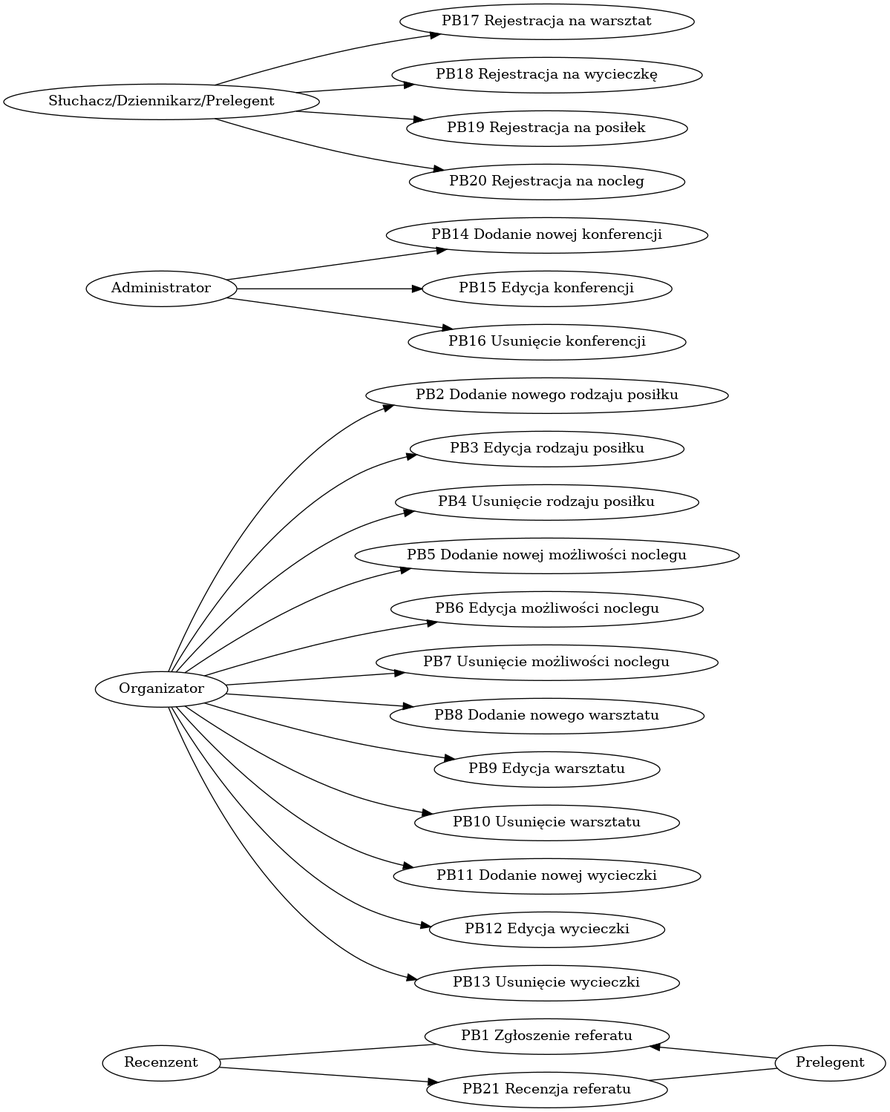
Earlier version of the Graphviz export pb.png (zyla/iop_konferencja). Its source is kept beside it as pb.dot.
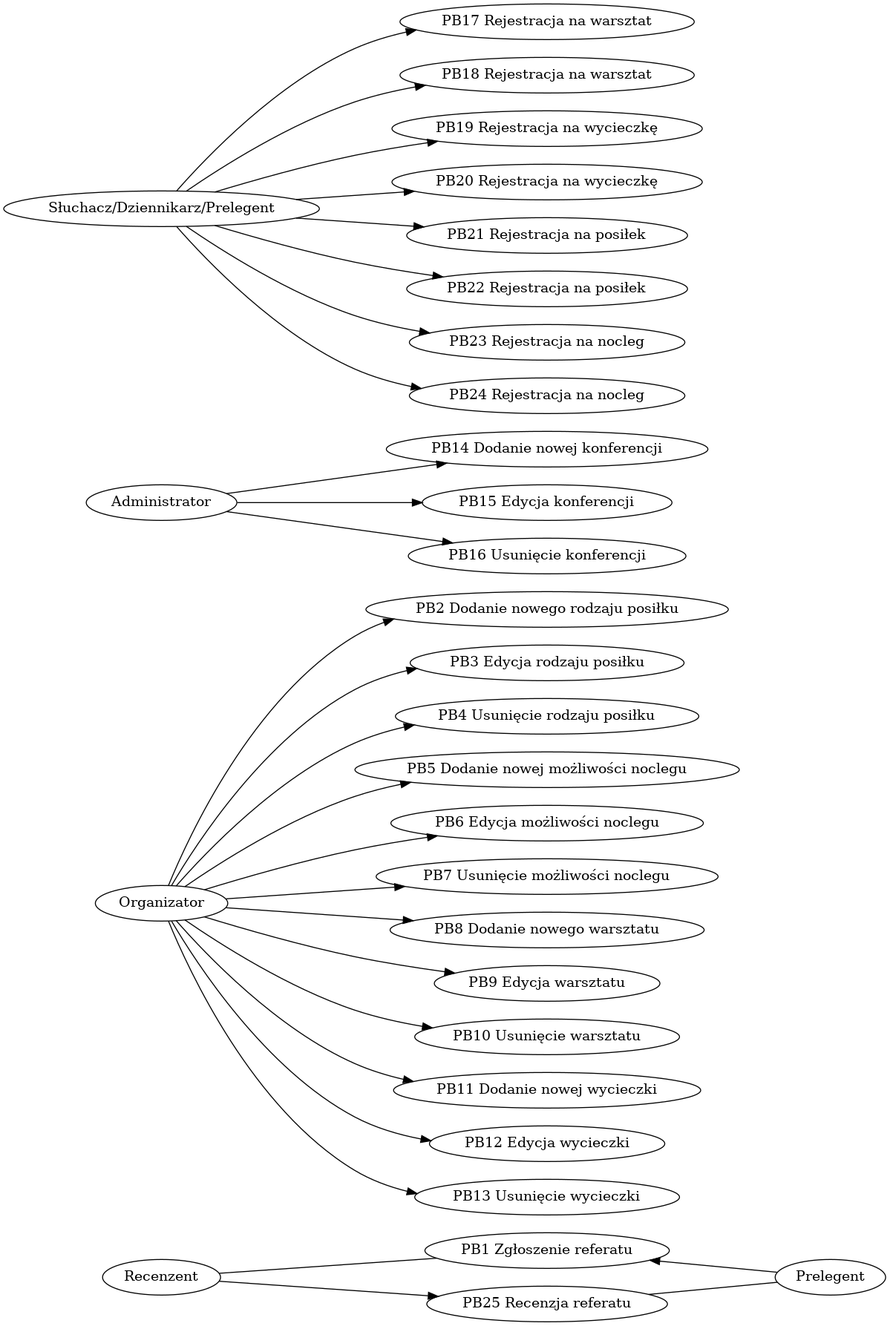
Above is the later version.

What changed in the source:
```diff
@@ -16,9 +16,13 @@
 "Administrator" -> "PB15 Edycja konferencji"
 "Administrator" -> "PB16 Usunięcie konferencji"
 "Słuchacz/Dziennikarz/Prelegent" -> "PB17 Rejestracja na warsztat"
-"Słuchacz/Dziennikarz/Prelegent" -> "PB18 Rejestracja na wycieczkę"
-"Słuchacz/Dziennikarz/Prelegent" -> "PB19 Rejestracja na posiłek"
-"Słuchacz/Dziennikarz/Prelegent" -> "PB20 Rejestracja na nocleg"
-"Recenzent" -> "PB21 Recenzja referatu"
-"PB21 Recenzja referatu" -> "Prelegent" [dir=none]
+"Słuchacz/Dziennikarz/Prelegent" -> "PB18 Rejestracja na warsztat"
+"Słuchacz/Dziennikarz/Prelegent" -> "PB19 Rejestracja na wycieczkę"
+"Słuchacz/Dziennikarz/Prelegent" -> "PB20 Rejestracja na wycieczkę"
+"Słuchacz/Dziennikarz/Prelegent" -> "PB21 Rejestracja na posiłek"
+"Słuchacz/Dziennikarz/Prelegent" -> "PB22 Rejestracja na posiłek"
+"Słuchacz/Dziennikarz/Prelegent" -> "PB23 Rejestracja na nocleg"
+"Słuchacz/Dziennikarz/Prelegent" -> "PB24 Rejestracja na nocleg"
+"Recenzent" -> "PB25 Recenzja referatu"
+"PB25 Recenzja referatu" -> "Prelegent" [dir=none]
  }
```
